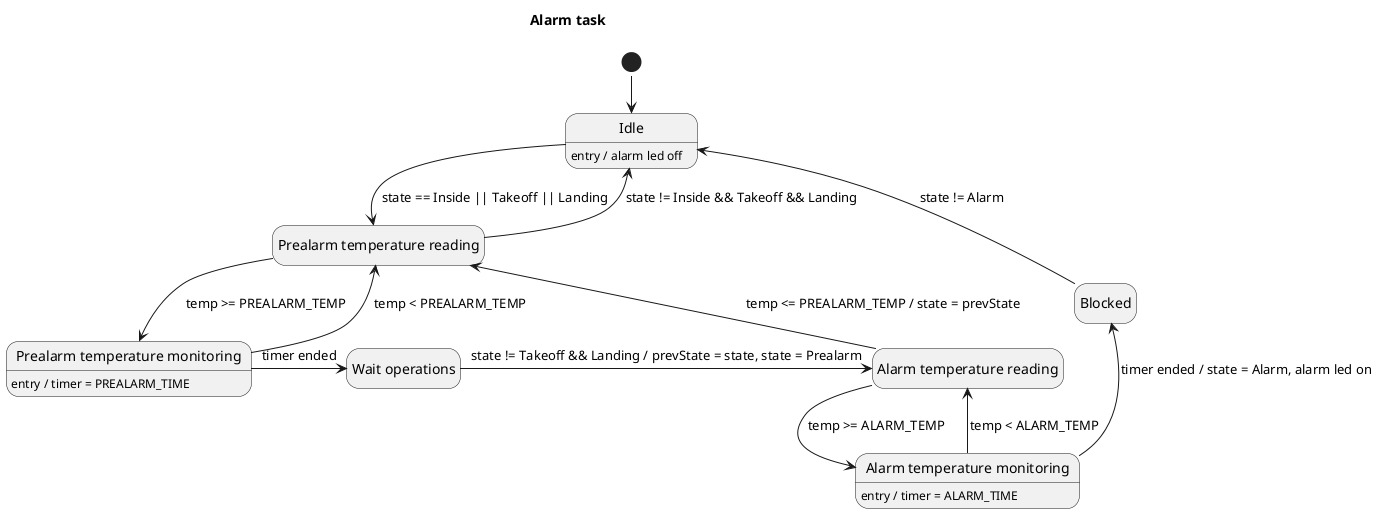
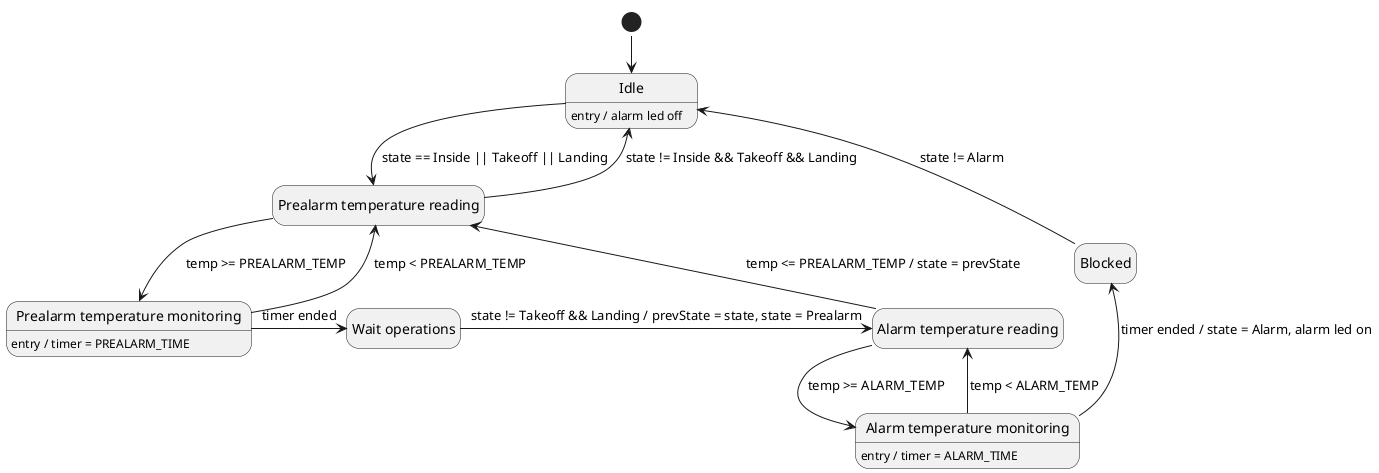
@startuml AlarmTask
!pragma layout smetana
hide empty description
- 
- title "Alarm task"

state start <<start>>

state "Idle" as idle
idle : entry / alarm led off

state "Prealarm temperature reading" as prealarmTempReading

state "Prealarm temperature monitoring" as prealarmTempMonitoring
prealarmTempMonitoring : entry / timer = PREALARM_TIME

state "Wait operations" as waitOperations

state "Alarm temperature reading" as alarmTempReading

state "Alarm temperature monitoring" as alarmTempMonitoring
alarmTempMonitoring : entry / timer = ALARM_TIME

state "Blocked" as blocked

start -d-> idle

idle -d-> prealarmTempReading : state == Inside || Takeoff || Landing

prealarmTempReading -d-> prealarmTempMonitoring : temp >= PREALARM_TEMP
prealarmTempReading -u-> idle : state != Inside && Takeoff && Landing
prealarmTempMonitoring -u-> prealarmTempReading : temp < PREALARM_TEMP
prealarmTempMonitoring -r-> waitOperations : timer ended

waitOperations -r-> alarmTempReading : state != Takeoff && Landing / prevState = state, state = Prealarm

alarmTempReading -d-> alarmTempMonitoring : temp >= ALARM_TEMP
alarmTempReading -l-> prealarmTempReading : temp <= PREALARM_TEMP / state = prevState
alarmTempMonitoring -u-> alarmTempReading : temp < ALARM_TEMP
alarmTempMonitoring -u-> blocked : timer ended / state = Alarm, alarm led on

blocked -u-> idle : state != Alarm

@enduml
